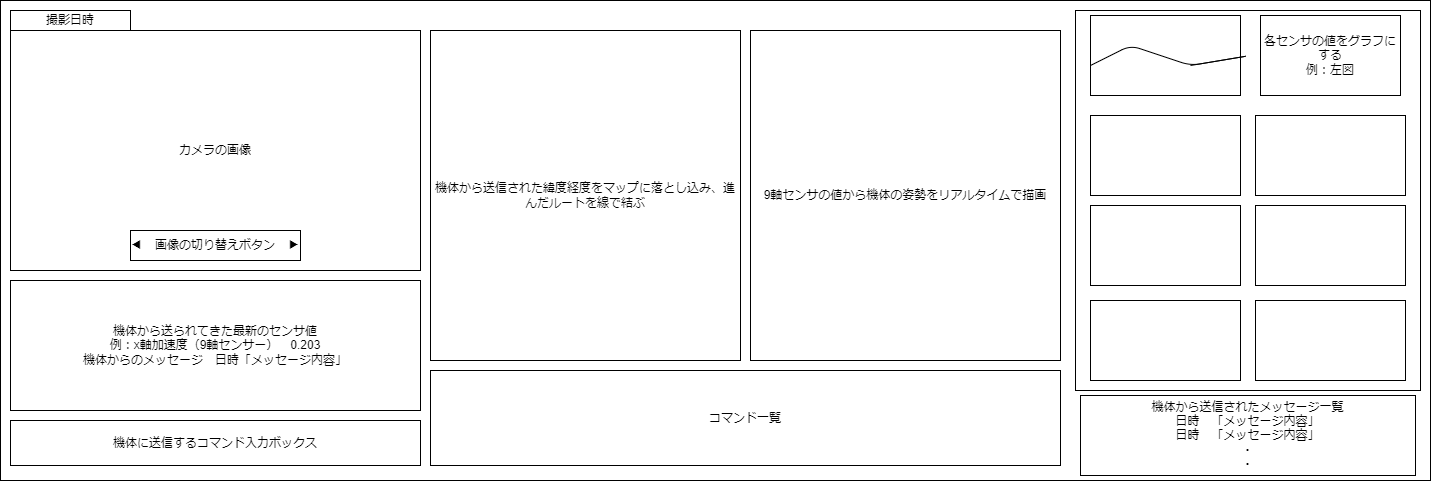
Earlier version of the draw.io export 仕様書・参考資料/地上局のUIイメージ図.drawio.png (TDUSenjuAstronomyResearchClub/basyo-ground-station). Source tidied: cells renumbered, new cells last; positions are measured from the earlier drawing's top-left corner, leaving out a move shared by most shapes. The source it was exported from:
```xml
<mxGraphModel>
  <root>
    <mxCell id="0" />
    <mxCell id="1" parent="0" />
    <mxCell id="2" style="rounded=0;whiteSpace=wrap;html=1;" parent="1" vertex="1">
      <mxGeometry width="1430" height="480" as="geometry" />
    </mxCell>
    <mxCell id="3" value="カメラの画像" style="rounded=0;whiteSpace=wrap;html=1;" parent="1" vertex="1">
      <mxGeometry x="10" y="30" width="410" height="240" as="geometry" />
    </mxCell>
    <mxCell id="4" value="撮影日時" style="rounded=0;whiteSpace=wrap;html=1;" parent="1" vertex="1">
      <mxGeometry x="10" y="10" width="120" height="20" as="geometry" />
    </mxCell>
    <mxCell id="5" value="機体に送信するコマンド入力ボックス" style="rounded=0;whiteSpace=wrap;html=1;" parent="1" vertex="1">
      <mxGeometry x="10" y="420" width="410" height="45" as="geometry" />
    </mxCell>
    <mxCell id="6" value="機体から送られてきた最新のセンサ値&lt;br&gt;例：x軸加速度（9軸センサー）　0.203&lt;br&gt;機体からのメッセージ　日時「メッセージ内容」" style="rounded=0;whiteSpace=wrap;html=1;" parent="1" vertex="1">
      <mxGeometry x="10" y="280" width="410" height="130" as="geometry" />
    </mxCell>
    <mxCell id="7" style="rounded=0;whiteSpace=wrap;html=1;" parent="1" vertex="1">
      <mxGeometry x="1075" y="10" width="345" height="380" as="geometry" />
    </mxCell>
    <mxCell id="8" style="rounded=0;whiteSpace=wrap;html=1;" parent="1" vertex="1">
      <mxGeometry x="1090" y="15" width="150" height="80" as="geometry" />
    </mxCell>
    <mxCell id="9" value="各センサの値をグラフにする&lt;br&gt;例：左図" style="rounded=0;whiteSpace=wrap;html=1;" parent="1" vertex="1">
      <mxGeometry x="1260" y="15" width="140" height="80" as="geometry" />
    </mxCell>
    <mxCell id="10" style="endArrow=none;html=1;" parent="1" edge="1">
      <mxGeometry relative="1" as="geometry">
        <mxPoint x="1090" y="65" as="sourcePoint" />
        <mxPoint x="1190" y="65" as="targetPoint" />
        <Array as="points">
          <mxPoint x="1130" y="45" />
          <mxPoint x="1190" y="65" />
          <mxPoint x="1250" y="55" />
        </Array>
      </mxGeometry>
    </mxCell>
    <mxCell id="11" style="rounded=0;whiteSpace=wrap;html=1;" parent="1" vertex="1">
      <mxGeometry x="1090" y="115" width="150" height="80" as="geometry" />
    </mxCell>
    <mxCell id="12" style="rounded=0;whiteSpace=wrap;html=1;" parent="1" vertex="1">
      <mxGeometry x="1255" y="115" width="150" height="80" as="geometry" />
    </mxCell>
    <mxCell id="13" style="rounded=0;whiteSpace=wrap;html=1;" parent="1" vertex="1">
      <mxGeometry x="1090" y="205" width="150" height="80" as="geometry" />
    </mxCell>
    <mxCell id="14" style="rounded=0;whiteSpace=wrap;html=1;" parent="1" vertex="1">
      <mxGeometry x="1255" y="205" width="150" height="80" as="geometry" />
    </mxCell>
    <mxCell id="15" style="rounded=0;whiteSpace=wrap;html=1;" parent="1" vertex="1">
      <mxGeometry x="1090" y="300" width="150" height="80" as="geometry" />
    </mxCell>
    <mxCell id="16" style="rounded=0;whiteSpace=wrap;html=1;" parent="1" vertex="1">
      <mxGeometry x="1255" y="300" width="150" height="80" as="geometry" />
    </mxCell>
    <mxCell id="17" value="機体から送信された緯度経度をマップに落とし込み、進んだルートを線で結ぶ" style="rounded=0;whiteSpace=wrap;html=1;" parent="1" vertex="1">
      <mxGeometry x="430" y="30" width="310" height="330" as="geometry" />
    </mxCell>
    <mxCell id="18" value="◀　画像の切り替えボタン　▶" style="rounded=0;whiteSpace=wrap;html=1;" parent="1" vertex="1">
      <mxGeometry x="130" y="230" width="170" height="30" as="geometry" />
    </mxCell>
    <mxCell id="19" value="9軸センサの値から機体の姿勢をリアルタイムで描画" style="rounded=0;whiteSpace=wrap;html=1;" parent="1" vertex="1">
      <mxGeometry x="750" y="30" width="310" height="330" as="geometry" />
    </mxCell>
    <mxCell id="20" value="コマンド一覧" style="rounded=0;whiteSpace=wrap;html=1;" parent="1" vertex="1">
      <mxGeometry x="430" y="370" width="630" height="95" as="geometry" />
    </mxCell>
    <mxCell id="21" value="機体から送信されたメッセージ一覧&lt;br&gt;日時　「メッセージ内容」&lt;br&gt;日時　「メッセージ内容」&lt;br&gt;・&lt;br&gt;・" style="rounded=0;whiteSpace=wrap;html=1;" parent="1" vertex="1">
      <mxGeometry x="1080" y="395" width="335" height="80" as="geometry" />
    </mxCell>
  </root>
</mxGraphModel>
```
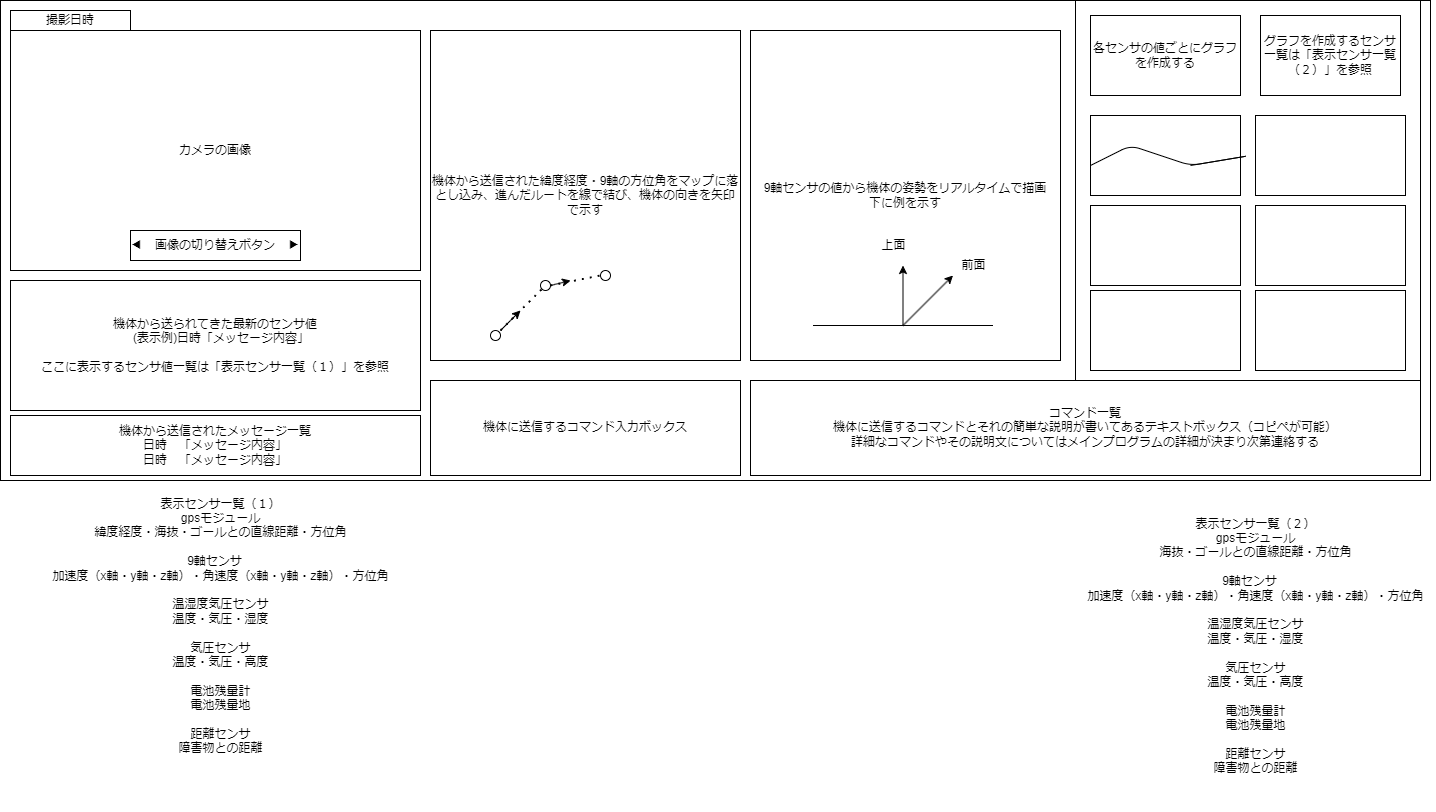
The same diagram one commit later.

Commit message:
UIイメージ図の条件を詳細に記載

Change to the diagram source:
```diff
@@ -12,31 +12,20 @@
       <mxGeometry x="10" y="10" width="120" height="20" as="geometry" />
     </mxCell>
     <mxCell id="5" value="機体に送信するコマンド入力ボックス" style="rounded=0;whiteSpace=wrap;html=1;" parent="1" vertex="1">
-      <mxGeometry x="10" y="420" width="410" height="45" as="geometry" />
+      <mxGeometry x="430" y="380" width="310" height="95" as="geometry" />
     </mxCell>
-    <mxCell id="6" value="機体から送られてきた最新のセンサ値&lt;br&gt;例：x軸加速度（9軸センサー）　0.203&lt;br&gt;機体からのメッセージ　日時「メッセージ内容」" style="rounded=0;whiteSpace=wrap;html=1;" parent="1" vertex="1">
+    <mxCell id="6" value="機体から送られてきた最新のセンサ値&lt;br&gt;　(表示例)日時「メッセージ内容」&lt;br&gt;&lt;br&gt;ここに表示するセンサ値一覧は「表示センサ一覧（１）」を参照" style="rounded=0;whiteSpace=wrap;html=1;" parent="1" vertex="1">
       <mxGeometry x="10" y="280" width="410" height="130" as="geometry" />
     </mxCell>
     <mxCell id="7" style="rounded=0;whiteSpace=wrap;html=1;" parent="1" vertex="1">
-      <mxGeometry x="1075" y="10" width="345" height="380" as="geometry" />
+      <mxGeometry x="1075" width="345" height="380" as="geometry" />
     </mxCell>
-    <mxCell id="8" style="rounded=0;whiteSpace=wrap;html=1;" parent="1" vertex="1">
+    <mxCell id="8" value="各センサの値ごとにグラフを作成する" style="rounded=0;whiteSpace=wrap;html=1;" parent="1" vertex="1">
       <mxGeometry x="1090" y="15" width="150" height="80" as="geometry" />
     </mxCell>
-    <mxCell id="9" value="各センサの値をグラフにする&lt;br&gt;例：左図" style="rounded=0;whiteSpace=wrap;html=1;" parent="1" vertex="1">
+    <mxCell id="9" value="グラフを作成するセンサ一覧は「表示センサ一覧（２）」を参照&lt;br&gt;" style="rounded=0;whiteSpace=wrap;html=1;" parent="1" vertex="1">
       <mxGeometry x="1260" y="15" width="140" height="80" as="geometry" />
     </mxCell>
-    <mxCell id="10" style="endArrow=none;html=1;" parent="1" edge="1">
-      <mxGeometry relative="1" as="geometry">
-        <mxPoint x="1090" y="65" as="sourcePoint" />
-        <mxPoint x="1190" y="65" as="targetPoint" />
-        <Array as="points">
-          <mxPoint x="1130" y="45" />
-          <mxPoint x="1190" y="65" />
-          <mxPoint x="1250" y="55" />
-        </Array>
-      </mxGeometry>
-    </mxCell>
     <mxCell id="11" style="rounded=0;whiteSpace=wrap;html=1;" parent="1" vertex="1">
       <mxGeometry x="1090" y="115" width="150" height="80" as="geometry" />
     </mxCell>
@@ -50,25 +39,103 @@
       <mxGeometry x="1255" y="205" width="150" height="80" as="geometry" />
     </mxCell>
     <mxCell id="15" style="rounded=0;whiteSpace=wrap;html=1;" parent="1" vertex="1">
-      <mxGeometry x="1090" y="300" width="150" height="80" as="geometry" />
+      <mxGeometry x="1090" y="290" width="150" height="80" as="geometry" />
     </mxCell>
     <mxCell id="16" style="rounded=0;whiteSpace=wrap;html=1;" parent="1" vertex="1">
-      <mxGeometry x="1255" y="300" width="150" height="80" as="geometry" />
+      <mxGeometry x="1255" y="290" width="150" height="80" as="geometry" />
     </mxCell>
-    <mxCell id="17" value="機体から送信された緯度経度をマップに落とし込み、進んだルートを線で結ぶ" style="rounded=0;whiteSpace=wrap;html=1;" parent="1" vertex="1">
+    <mxCell id="17" value="機体から送信された緯度経度・9軸の方位角をマップに落とし込み、進んだルートを線で結び、機体の向きを矢印で示す" style="rounded=0;whiteSpace=wrap;html=1;" parent="1" vertex="1">
       <mxGeometry x="430" y="30" width="310" height="330" as="geometry" />
     </mxCell>
     <mxCell id="18" value="◀　画像の切り替えボタン　▶" style="rounded=0;whiteSpace=wrap;html=1;" parent="1" vertex="1">
       <mxGeometry x="130" y="230" width="170" height="30" as="geometry" />
     </mxCell>
-    <mxCell id="19" value="9軸センサの値から機体の姿勢をリアルタイムで描画" style="rounded=0;whiteSpace=wrap;html=1;" parent="1" vertex="1">
+    <mxCell id="19" value="9軸センサの値から機体の姿勢をリアルタイムで描画&lt;br&gt;下に例を示す" style="rounded=0;whiteSpace=wrap;html=1;" parent="1" vertex="1">
       <mxGeometry x="750" y="30" width="310" height="330" as="geometry" />
     </mxCell>
-    <mxCell id="20" value="コマンド一覧" style="rounded=0;whiteSpace=wrap;html=1;" parent="1" vertex="1">
-      <mxGeometry x="430" y="370" width="630" height="95" as="geometry" />
+    <mxCell id="20" value="コマンド一覧&lt;br&gt;機体に送信するコマンドとそれの簡単な説明が書いてあるテキストボックス（コピペが可能）&lt;br&gt;詳細なコマンドやその説明文についてはメインプログラムの詳細が決まり次第連絡する" style="rounded=0;whiteSpace=wrap;html=1;" parent="1" vertex="1">
+      <mxGeometry x="750" y="380" width="670" height="95" as="geometry" />
     </mxCell>
-    <mxCell id="21" value="機体から送信されたメッセージ一覧&lt;br&gt;日時　「メッセージ内容」&lt;br&gt;日時　「メッセージ内容」&lt;br&gt;・&lt;br&gt;・" style="rounded=0;whiteSpace=wrap;html=1;" parent="1" vertex="1">
-      <mxGeometry x="1080" y="395" width="335" height="80" as="geometry" />
+    <mxCell id="21" value="機体から送信されたメッセージ一覧&lt;br&gt;日時　「メッセージ内容」&lt;br&gt;日時　「メッセージ内容」" style="rounded=0;whiteSpace=wrap;html=1;" parent="1" vertex="1">
+      <mxGeometry x="10" y="415" width="410" height="60" as="geometry" />
     </mxCell>
+    <mxCell id="22" value="表示センサ一覧（１）&lt;br style=&quot;border-color: var(--border-color);&quot;&gt;&lt;span style=&quot;&quot;&gt;gpsモジュール&lt;br&gt;緯度経度・海抜・&lt;/span&gt;&lt;span style=&quot;&quot;&gt;ゴールとの直線距離・方位角&lt;br&gt;&lt;/span&gt;&lt;br style=&quot;border-color: var(--border-color);&quot;&gt;&lt;span style=&quot;&quot;&gt;9軸センサ　&lt;br&gt;加速度（x軸・y軸・z軸）・角速度（x軸・y軸・z軸）・方位角&lt;br&gt;&lt;br&gt;温湿度気圧センサ&lt;br&gt;温度・気圧・湿度&lt;br&gt;&lt;br&gt;気圧センサ&lt;br&gt;温度・気圧・高度&lt;br&gt;&lt;br&gt;電池残量計&lt;br&gt;電池残量地&lt;br&gt;&lt;br&gt;距離センサ&lt;br&gt;障害物との距離&lt;br&gt;&lt;br&gt;&lt;br&gt;&lt;/span&gt;" style="text;html=1;align=center;verticalAlign=middle;strokeColor=none;fillColor=none;" parent="1" vertex="1">
+      <mxGeometry x="40" y="490" width="360" height="300" as="geometry" />
+    </mxCell>
+    <mxCell id="23" style="group;" parent="1" vertex="1">
+      <mxGeometry x="812.5" y="230" width="185" height="95" as="geometry" />
+    </mxCell>
+    <mxCell id="24" style="endArrow=none;html=1;rounded=0;" parent="23" edge="1">
+      <mxGeometry relative="1" as="geometry">
+        <mxPoint y="95" as="sourcePoint" />
+        <mxPoint x="180" y="95" as="targetPoint" />
+      </mxGeometry>
+    </mxCell>
+    <mxCell id="25" style="endArrow=classic;html=1;rounded=0;" parent="23" edge="1">
+      <mxGeometry relative="1" as="geometry">
+        <mxPoint x="90" y="95" as="sourcePoint" />
+        <mxPoint x="90" y="35" as="targetPoint" />
+      </mxGeometry>
+    </mxCell>
+    <mxCell id="26" style="endArrow=classic;html=1;rounded=0;" parent="23" edge="1">
+      <mxGeometry relative="1" as="geometry">
+        <mxPoint x="90" y="95" as="sourcePoint" />
+        <mxPoint x="140" y="45" as="targetPoint" />
+      </mxGeometry>
+    </mxCell>
+    <mxCell id="27" value="前面" style="text;html=1;align=center;verticalAlign=middle;strokeColor=none;fillColor=none;" parent="23" vertex="1">
+      <mxGeometry x="135" y="20" width="50" height="30" as="geometry" />
+    </mxCell>
+    <mxCell id="28" value="上面" style="text;html=1;align=center;verticalAlign=middle;strokeColor=none;fillColor=none;" parent="23" vertex="1">
+      <mxGeometry x="55" width="50" height="30" as="geometry" />
+    </mxCell>
+    <mxCell id="29" value="表示センサ一覧（２）&lt;br style=&quot;border-color: var(--border-color);&quot;&gt;&lt;span style=&quot;&quot;&gt;gpsモジュール&lt;br&gt;海抜・&lt;/span&gt;&lt;span style=&quot;&quot;&gt;ゴールとの直線距離・方位角&lt;br&gt;&lt;/span&gt;&lt;br style=&quot;border-color: var(--border-color);&quot;&gt;&lt;span style=&quot;&quot;&gt;9軸センサ　&lt;br&gt;加速度（x軸・y軸・z軸）・角速度（x軸・y軸・z軸）・方位角&lt;br&gt;&lt;br&gt;温湿度気圧センサ&lt;br&gt;温度・気圧・湿度&lt;br&gt;&lt;br&gt;気圧センサ&lt;br&gt;温度・気圧・高度&lt;br&gt;&lt;br&gt;電池残量計&lt;br&gt;電池残量地&lt;br&gt;&lt;br&gt;距離センサ&lt;br&gt;障害物との距離&lt;br&gt;&lt;br&gt;&lt;br&gt;&lt;/span&gt;" style="text;html=1;align=center;verticalAlign=middle;strokeColor=none;fillColor=none;" parent="1" vertex="1">
+      <mxGeometry x="1075" y="510" width="360" height="300" as="geometry" />
+    </mxCell>
+    <mxCell id="30" style="group;" parent="1" vertex="1">
+      <mxGeometry x="490" y="270" width="120" height="70" as="geometry" />
+    </mxCell>
+    <mxCell id="31" style="ellipse;whiteSpace=wrap;html=1;" parent="30" vertex="1">
+      <mxGeometry y="60" width="10" height="10" as="geometry" />
+    </mxCell>
+    <mxCell id="32" style="endArrow=classic;html=1;rounded=0;" parent="30" edge="1">
+      <mxGeometry relative="1" as="geometry">
+        <mxPoint x="10" y="60" as="sourcePoint" />
+        <mxPoint x="30" y="40" as="targetPoint" />
+        <Array as="points">
+          <mxPoint x="20" y="50" />
+        </Array>
+      </mxGeometry>
+    </mxCell>
+    <mxCell id="33" style="ellipse;whiteSpace=wrap;html=1;" parent="30" vertex="1">
+      <mxGeometry x="50" y="10" width="10" height="10" as="geometry" />
+    </mxCell>
+    <mxCell id="34" style="endArrow=classic;html=1;rounded=0;exitX=1;exitY=0.5;exitDx=0;exitDy=0;" parent="30" edge="1" source="33">
+      <mxGeometry relative="1" as="geometry">
+        <mxPoint x="80" y="10" as="targetPoint" />
+      </mxGeometry>
+    </mxCell>
+    <mxCell id="35" style="endArrow=none;dashed=1;html=1;dashPattern=1 3;strokeWidth=2;rounded=0;entryX=0;entryY=1;entryDx=0;entryDy=0;" parent="30" edge="1" target="33">
+      <mxGeometry relative="1" as="geometry">
+        <mxPoint x="10" y="60" as="sourcePoint" />
+      </mxGeometry>
+    </mxCell>
+    <mxCell id="36" style="ellipse;whiteSpace=wrap;html=1;" parent="30" vertex="1">
+      <mxGeometry x="110" width="10" height="10" as="geometry" />
+    </mxCell>
+    <mxCell id="37" style="endArrow=none;dashed=1;html=1;dashPattern=1 3;strokeWidth=2;rounded=0;entryX=0;entryY=0.5;entryDx=0;entryDy=0;exitX=1;exitY=0.5;exitDx=0;exitDy=0;" parent="30" edge="1" source="33" target="36">
+      <mxGeometry relative="1" as="geometry" />
+    </mxCell>
+    <mxCell id="10" style="endArrow=none;html=1;" parent="1" edge="1">
+      <mxGeometry relative="1" as="geometry">
+        <mxPoint x="1090" y="165" as="sourcePoint" />
+        <mxPoint x="1190" y="165" as="targetPoint" />
+        <Array as="points">
+          <mxPoint x="1130" y="145" />
+          <mxPoint x="1190" y="165" />
+          <mxPoint x="1250" y="155" />
+        </Array>
+      </mxGeometry>
+    </mxCell>
   </root>
 </mxGraphModel>
```
